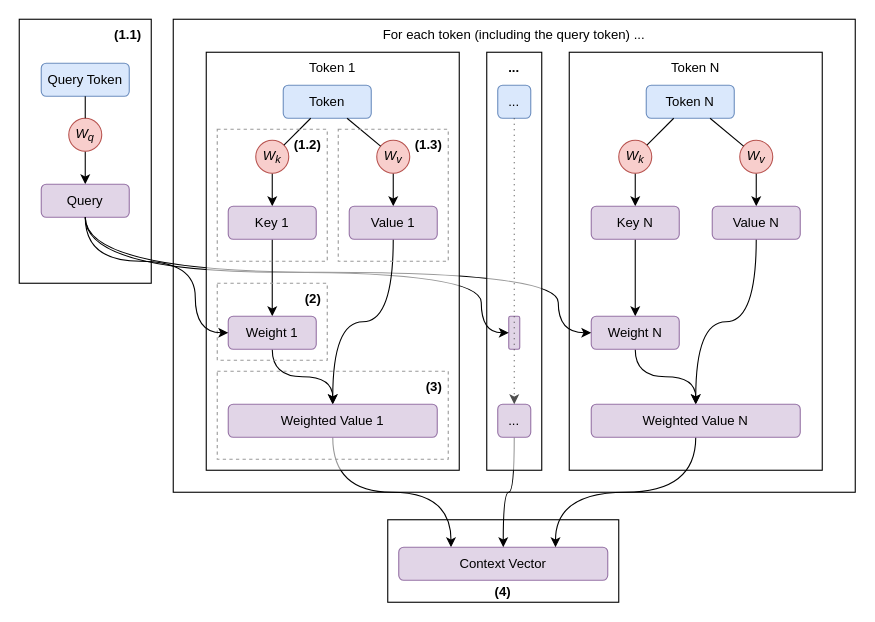
The draw.io diagram book/images/self-attention/overview.drawio in yshavit/llm-notes, before the edit. Source tidied: cells renumbered, new cells numbered last; positions are measured from the earlier drawing's top-left corner, leaving out a move shared by most shapes. Both pictures are drawn from the tidied source at 110%, with x=0, y=0 at pixel (19, 19).
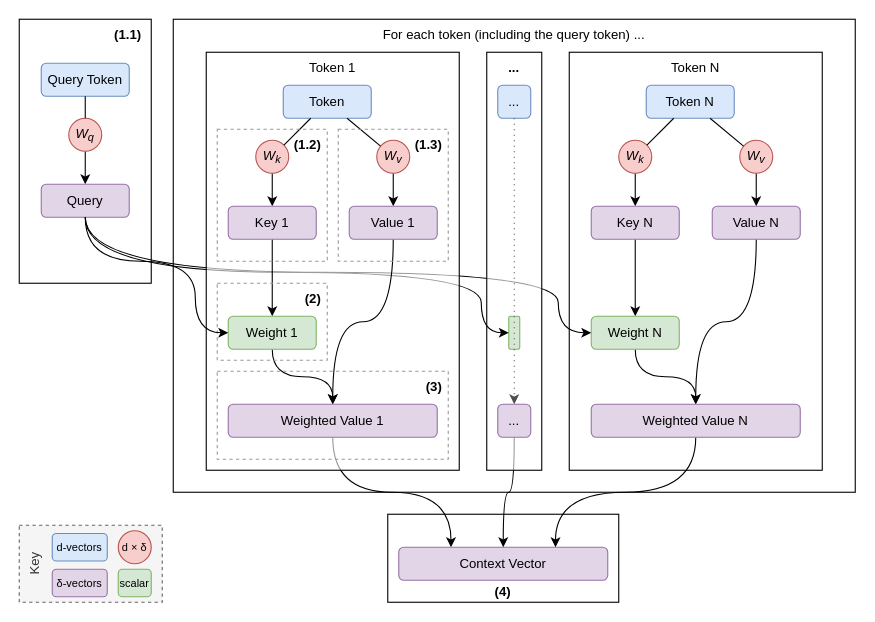
The same page after the edit.

The edit, as a diff of the source:
```diff
@@
     <mxCell id="10" value="(4)" style="rounded=0;whiteSpace=wrap;html=1;fillColor=none;strokeColor=#000000;align=center;verticalAlign=bottom;fontStyle=1;" parent="1" vertex="1">
-      <mxGeometry x="335" y="455" width="210" height="75" as="geometry" />
+      <mxGeometry x="335" y="450" width="210" height="80" as="geometry" />
     </mxCell>
@@
-    <mxCell id="25" value="Weight N" style="rounded=1;whiteSpace=wrap;html=1;fillColor=#e1d5e7;strokeColor=#9673a6;" parent="1" vertex="1">
+    <mxCell id="25" value="Weight N" style="rounded=1;whiteSpace=wrap;html=1;fillColor=#d5e8d4;strokeColor=#82b366;" parent="1" vertex="1">
       <mxGeometry x="520" y="270" width="80" height="30" as="geometry" />
     </mxCell>
@@
-    <mxCell id="33" style="rounded=1;whiteSpace=wrap;html=1;fillColor=#e1d5e7;strokeColor=#9673a6;" parent="1" vertex="1">
+    <mxCell id="33" style="rounded=1;whiteSpace=wrap;html=1;fillColor=#d5e8d4;strokeColor=#82b366;" parent="1" vertex="1">
       <mxGeometry x="445" y="270" width="10" height="30" as="geometry" />
     </mxCell>
@@
-    <mxCell id="50" value="Weight 1" style="rounded=1;whiteSpace=wrap;html=1;fillColor=#e1d5e7;strokeColor=#9673a6;" parent="1" vertex="1">
+    <mxCell id="50" value="Weight 1" style="rounded=1;whiteSpace=wrap;html=1;fillColor=#d5e8d4;strokeColor=#82b366;" parent="1" vertex="1">
       <mxGeometry x="190" y="270" width="80" height="30" as="geometry" />
     </mxCell>
@@
+    <mxCell id="56" value="Key" style="rounded=0;whiteSpace=wrap;html=1;fillColor=#f5f5f5;fontColor=#333333;strokeColor=#666666;dashed=1;horizontal=0;align=center;verticalAlign=top;" parent="1" vertex="1">
+      <mxGeometry y="460" width="130" height="70" as="geometry" />
+    </mxCell>
+    <mxCell id="57" value="d-vectors" style="rounded=1;whiteSpace=wrap;html=1;fillColor=#dae8fc;strokeColor=#6c8ebf;fontSize=10;" parent="1" vertex="1">
+      <mxGeometry x="30" y="467.5" width="50" height="25" as="geometry" />
+    </mxCell>
+    <mxCell id="58" value="&lt;span&gt;δ&lt;/span&gt;-vectors" style="rounded=1;whiteSpace=wrap;html=1;fillColor=#e1d5e7;strokeColor=#9673a6;fontSize=10;" parent="1" vertex="1">
+      <mxGeometry x="30" y="500" width="50" height="25" as="geometry" />
+    </mxCell>
+    <mxCell id="59" value="&lt;span style=&quot;font-style: normal;&quot;&gt;d ×&amp;nbsp;δ&lt;/span&gt;" style="ellipse;whiteSpace=wrap;html=1;fontStyle=2;fillColor=#f8cecc;strokeColor=#b85450;fontSize=10;" parent="1" vertex="1">
+      <mxGeometry x="90" y="465" width="30" height="30" as="geometry" />
+    </mxCell>
+    <mxCell id="60" value="scalar" style="rounded=1;whiteSpace=wrap;html=1;fillColor=#d5e8d4;strokeColor=#82b366;fontSize=10;" parent="1" vertex="1">
+      <mxGeometry x="90" y="500" width="30" height="25" as="geometry" />
+    </mxCell>
```
